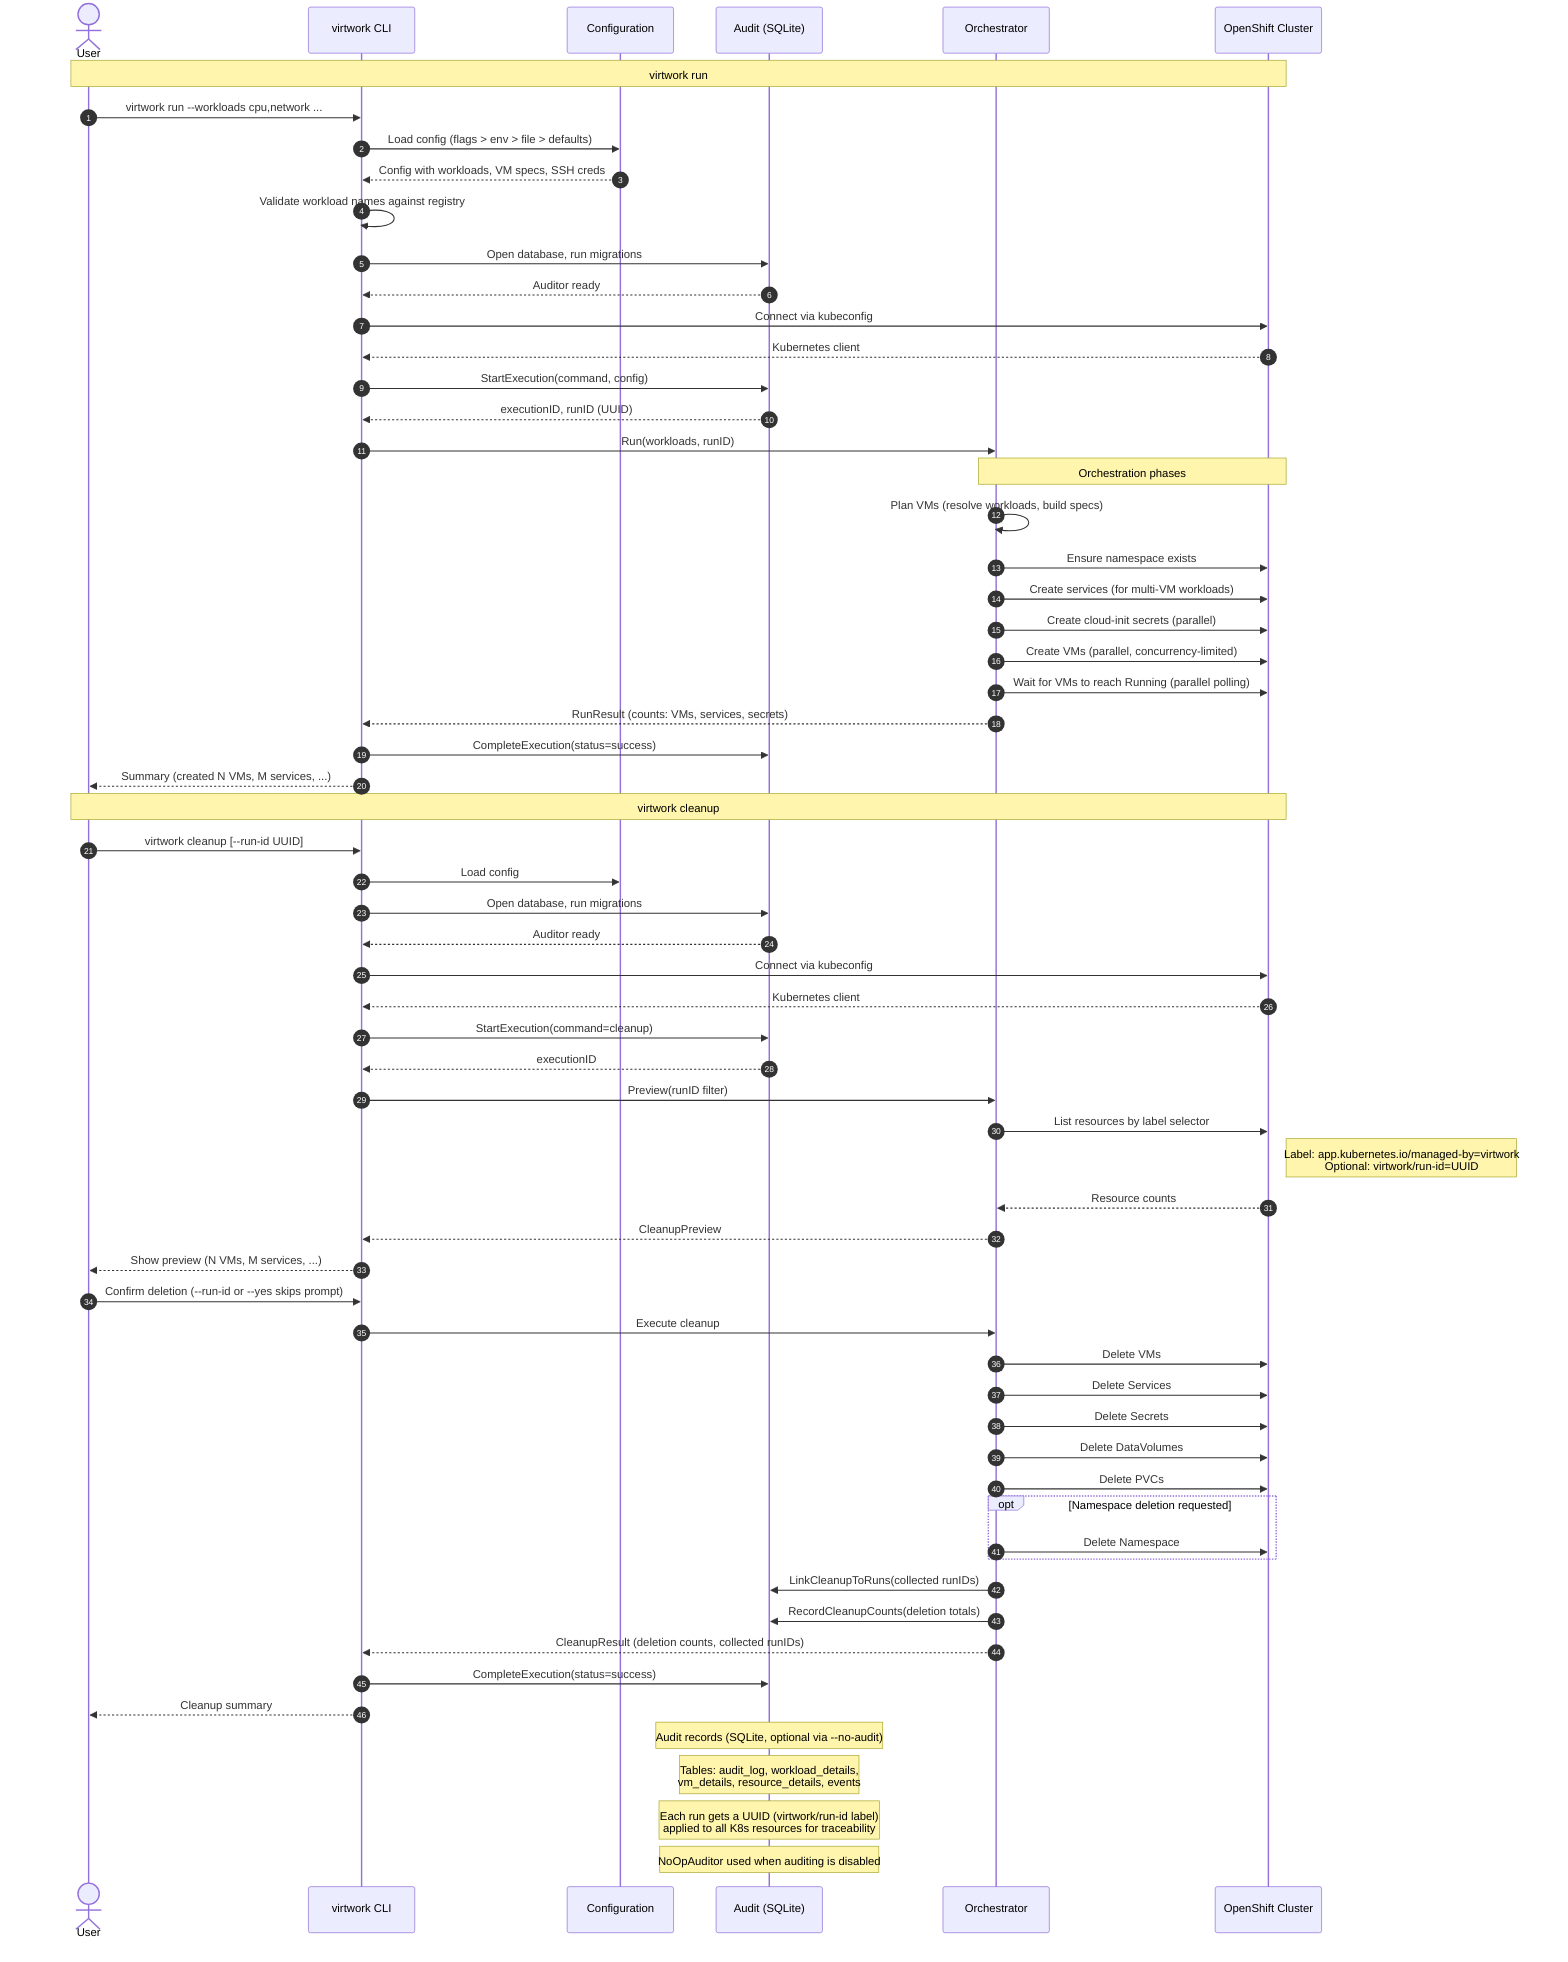
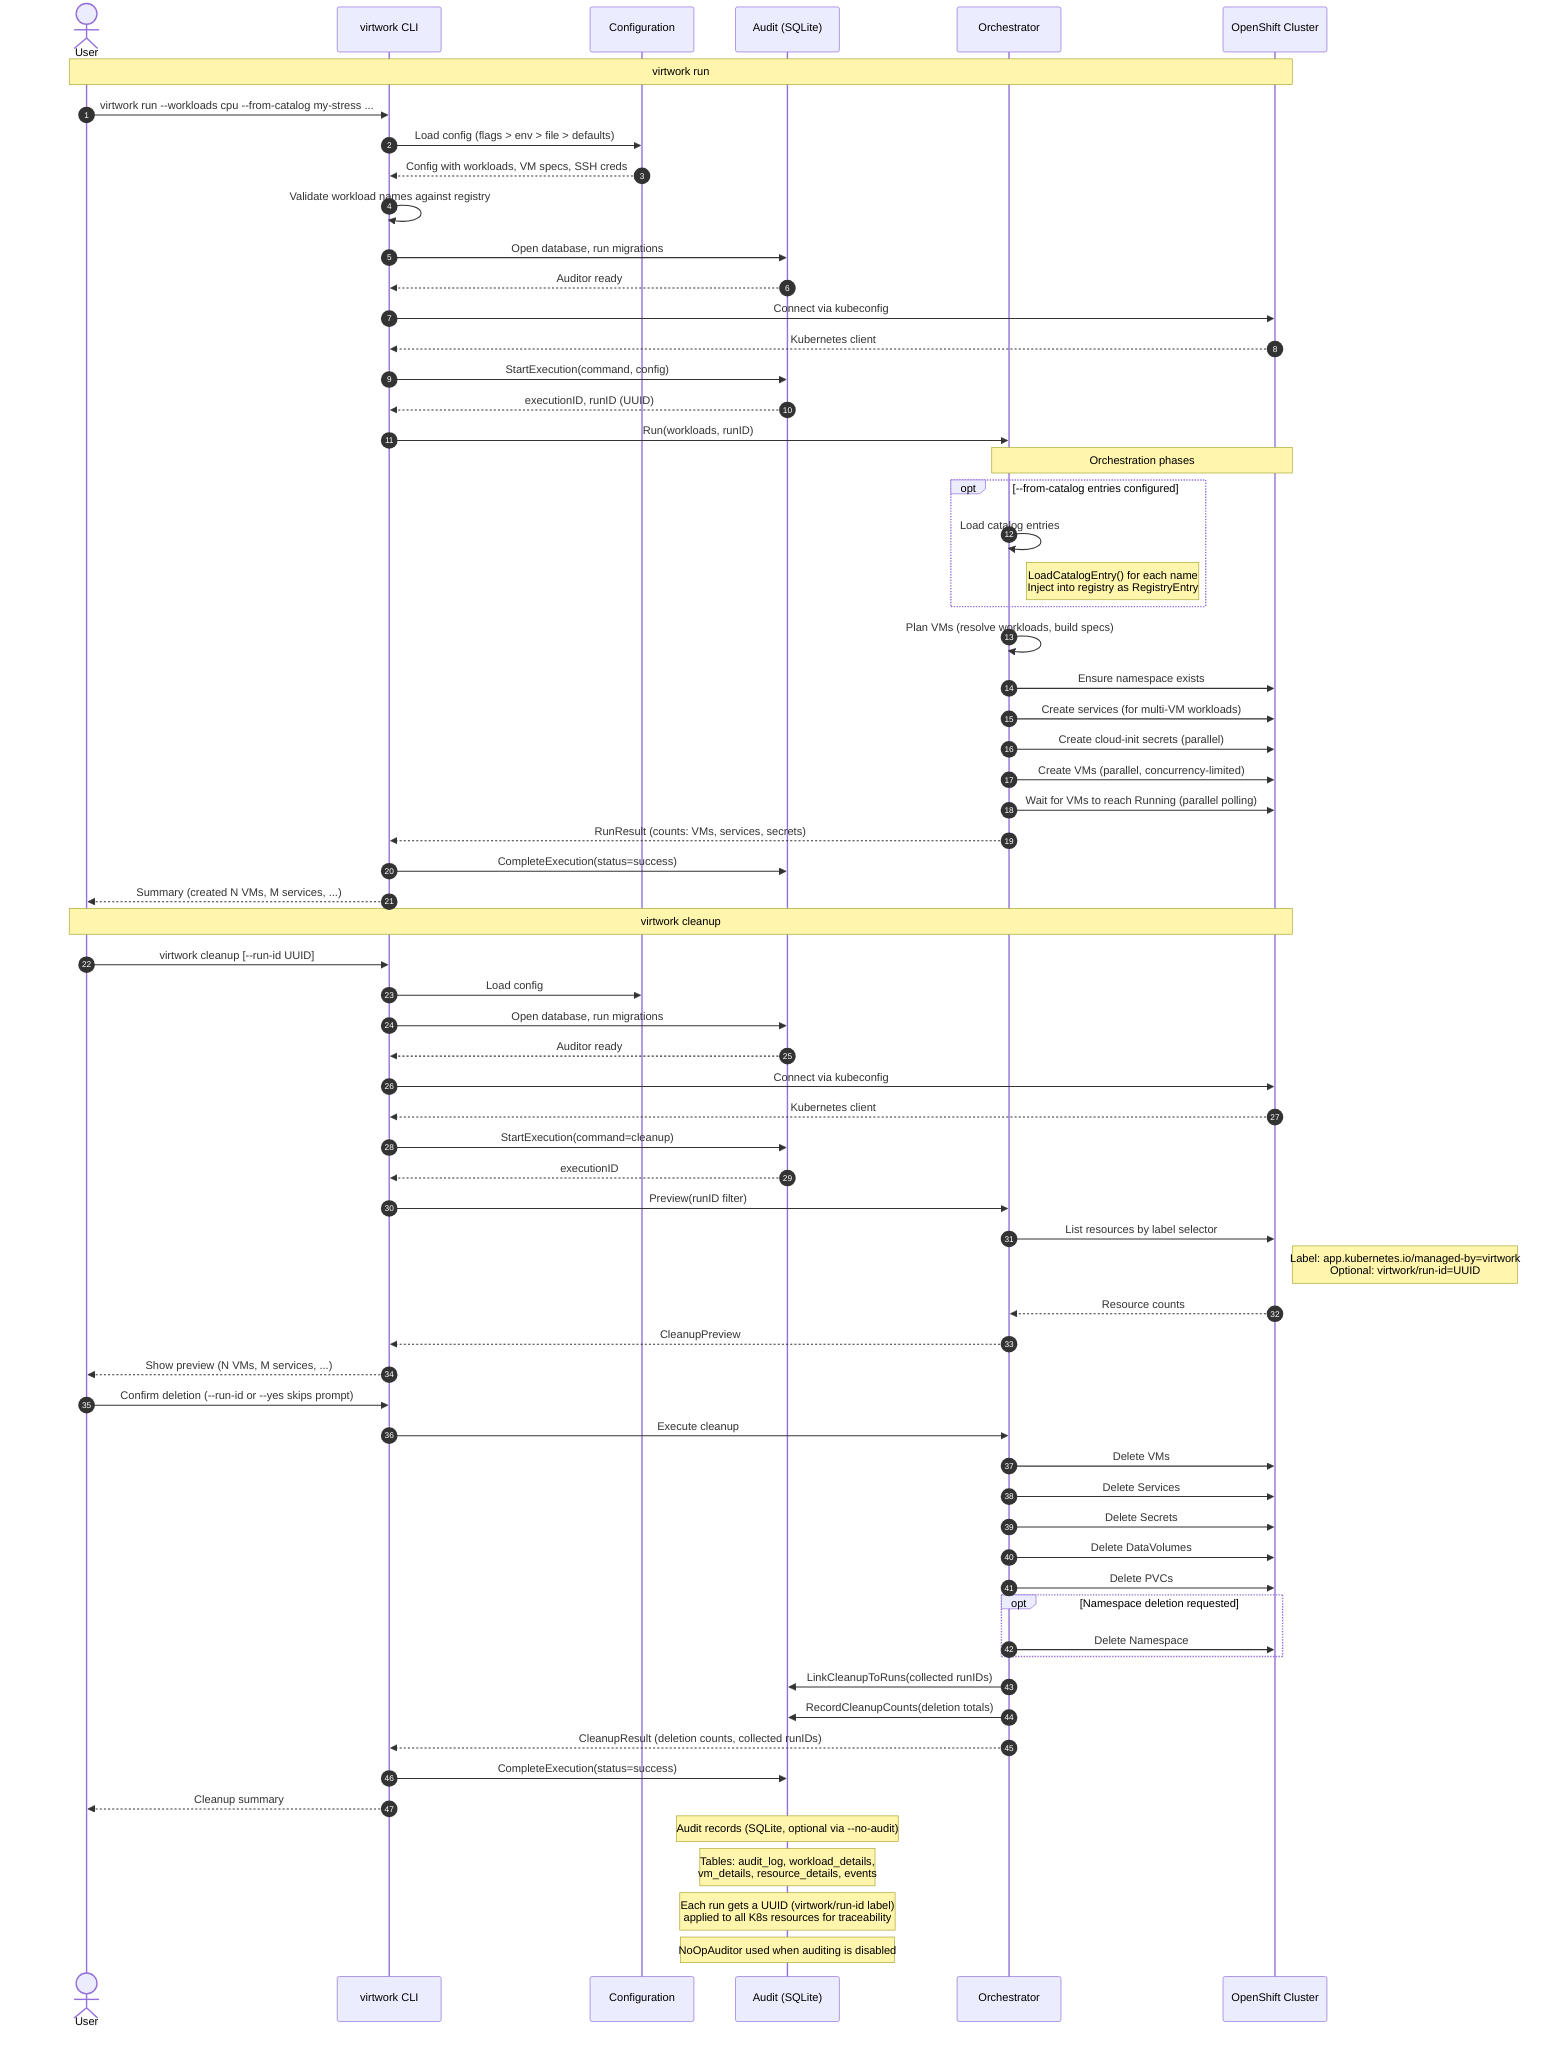
%% High-Level Overview: virtwork run & cleanup flows
%% Audience: evaluators, architects, new team members onboarding

sequenceDiagram
    autonumber

    actor User
    participant CLI as virtwork CLI
    participant Config as Configuration
    participant Auditor as Audit (SQLite)
    participant Orchestrator as Orchestrator
    participant Cluster as OpenShift Cluster

    %% ─── RUN FLOW ────────────────────────────────────────────────

    Note over User, Cluster: virtwork run

-     User ->> CLI: virtwork run --workloads cpu,network ...
+     User ->> CLI: virtwork run --workloads cpu --from-catalog my-stress ...
    CLI ->> Config: Load config (flags > env > file > defaults)
    Config -->> CLI: Config with workloads, VM specs, SSH creds
    CLI ->> CLI: Validate workload names against registry
    CLI ->> Auditor: Open database, run migrations
    Auditor -->> CLI: Auditor ready

    CLI ->> Cluster: Connect via kubeconfig
    Cluster -->> CLI: Kubernetes client

    CLI ->> Auditor: StartExecution(command, config)
    Auditor -->> CLI: executionID, runID (UUID)

    CLI ->> Orchestrator: Run(workloads, runID)

    Note over Orchestrator, Cluster: Orchestration phases
+     opt --from-catalog entries configured
+         Orchestrator ->> Orchestrator: Load catalog entries
+         Note right of Orchestrator: LoadCatalogEntry() for each name<br/>Inject into registry as RegistryEntry
+     end
    Orchestrator ->> Orchestrator: Plan VMs (resolve workloads, build specs)
    Orchestrator ->> Cluster: Ensure namespace exists
    Orchestrator ->> Cluster: Create services (for multi-VM workloads)
    Orchestrator ->> Cluster: Create cloud-init secrets (parallel)
    Orchestrator ->> Cluster: Create VMs (parallel, concurrency-limited)
    Orchestrator ->> Cluster: Wait for VMs to reach Running (parallel polling)

    Orchestrator -->> CLI: RunResult (counts: VMs, services, secrets)
    CLI ->> Auditor: CompleteExecution(status=success)
    CLI -->> User: Summary (created N VMs, M services, ...)

    %% ─── CLEANUP FLOW ────────────────────────────────────────────

    Note over User, Cluster: virtwork cleanup

    User ->> CLI: virtwork cleanup [--run-id UUID]
    CLI ->> Config: Load config
    CLI ->> Auditor: Open database, run migrations
    Auditor -->> CLI: Auditor ready
    CLI ->> Cluster: Connect via kubeconfig
    Cluster -->> CLI: Kubernetes client
    CLI ->> Auditor: StartExecution(command=cleanup)
    Auditor -->> CLI: executionID

    CLI ->> Orchestrator: Preview(runID filter)
    Orchestrator ->> Cluster: List resources by label selector
    Note right of Cluster: Label: app.kubernetes.io/managed-by=virtwork<br/>Optional: virtwork/run-id=UUID
    Cluster -->> Orchestrator: Resource counts
    Orchestrator -->> CLI: CleanupPreview

    CLI -->> User: Show preview (N VMs, M services, ...)
    User ->> CLI: Confirm deletion (--run-id or --yes skips prompt)

    CLI ->> Orchestrator: Execute cleanup
    Orchestrator ->> Cluster: Delete VMs
    Orchestrator ->> Cluster: Delete Services
    Orchestrator ->> Cluster: Delete Secrets
    Orchestrator ->> Cluster: Delete DataVolumes
    Orchestrator ->> Cluster: Delete PVCs
    opt Namespace deletion requested
        Orchestrator ->> Cluster: Delete Namespace
    end
    Orchestrator ->> Auditor: LinkCleanupToRuns(collected runIDs)
    Orchestrator ->> Auditor: RecordCleanupCounts(deletion totals)
    Orchestrator -->> CLI: CleanupResult (deletion counts, collected runIDs)

    CLI ->> Auditor: CompleteExecution(status=success)
    CLI -->> User: Cleanup summary

    %% ─── AUDIT CROSS-CUTTING ────────────────────────────────────

    Note over Auditor: Audit records (SQLite, optional via --no-audit)
    Note over Auditor: Tables: audit_log, workload_details,<br/>vm_details, resource_details, events
    Note over Auditor: Each run gets a UUID (virtwork/run-id label)<br/>applied to all K8s resources for traceability
    Note over Auditor: NoOpAuditor used when auditing is disabled
